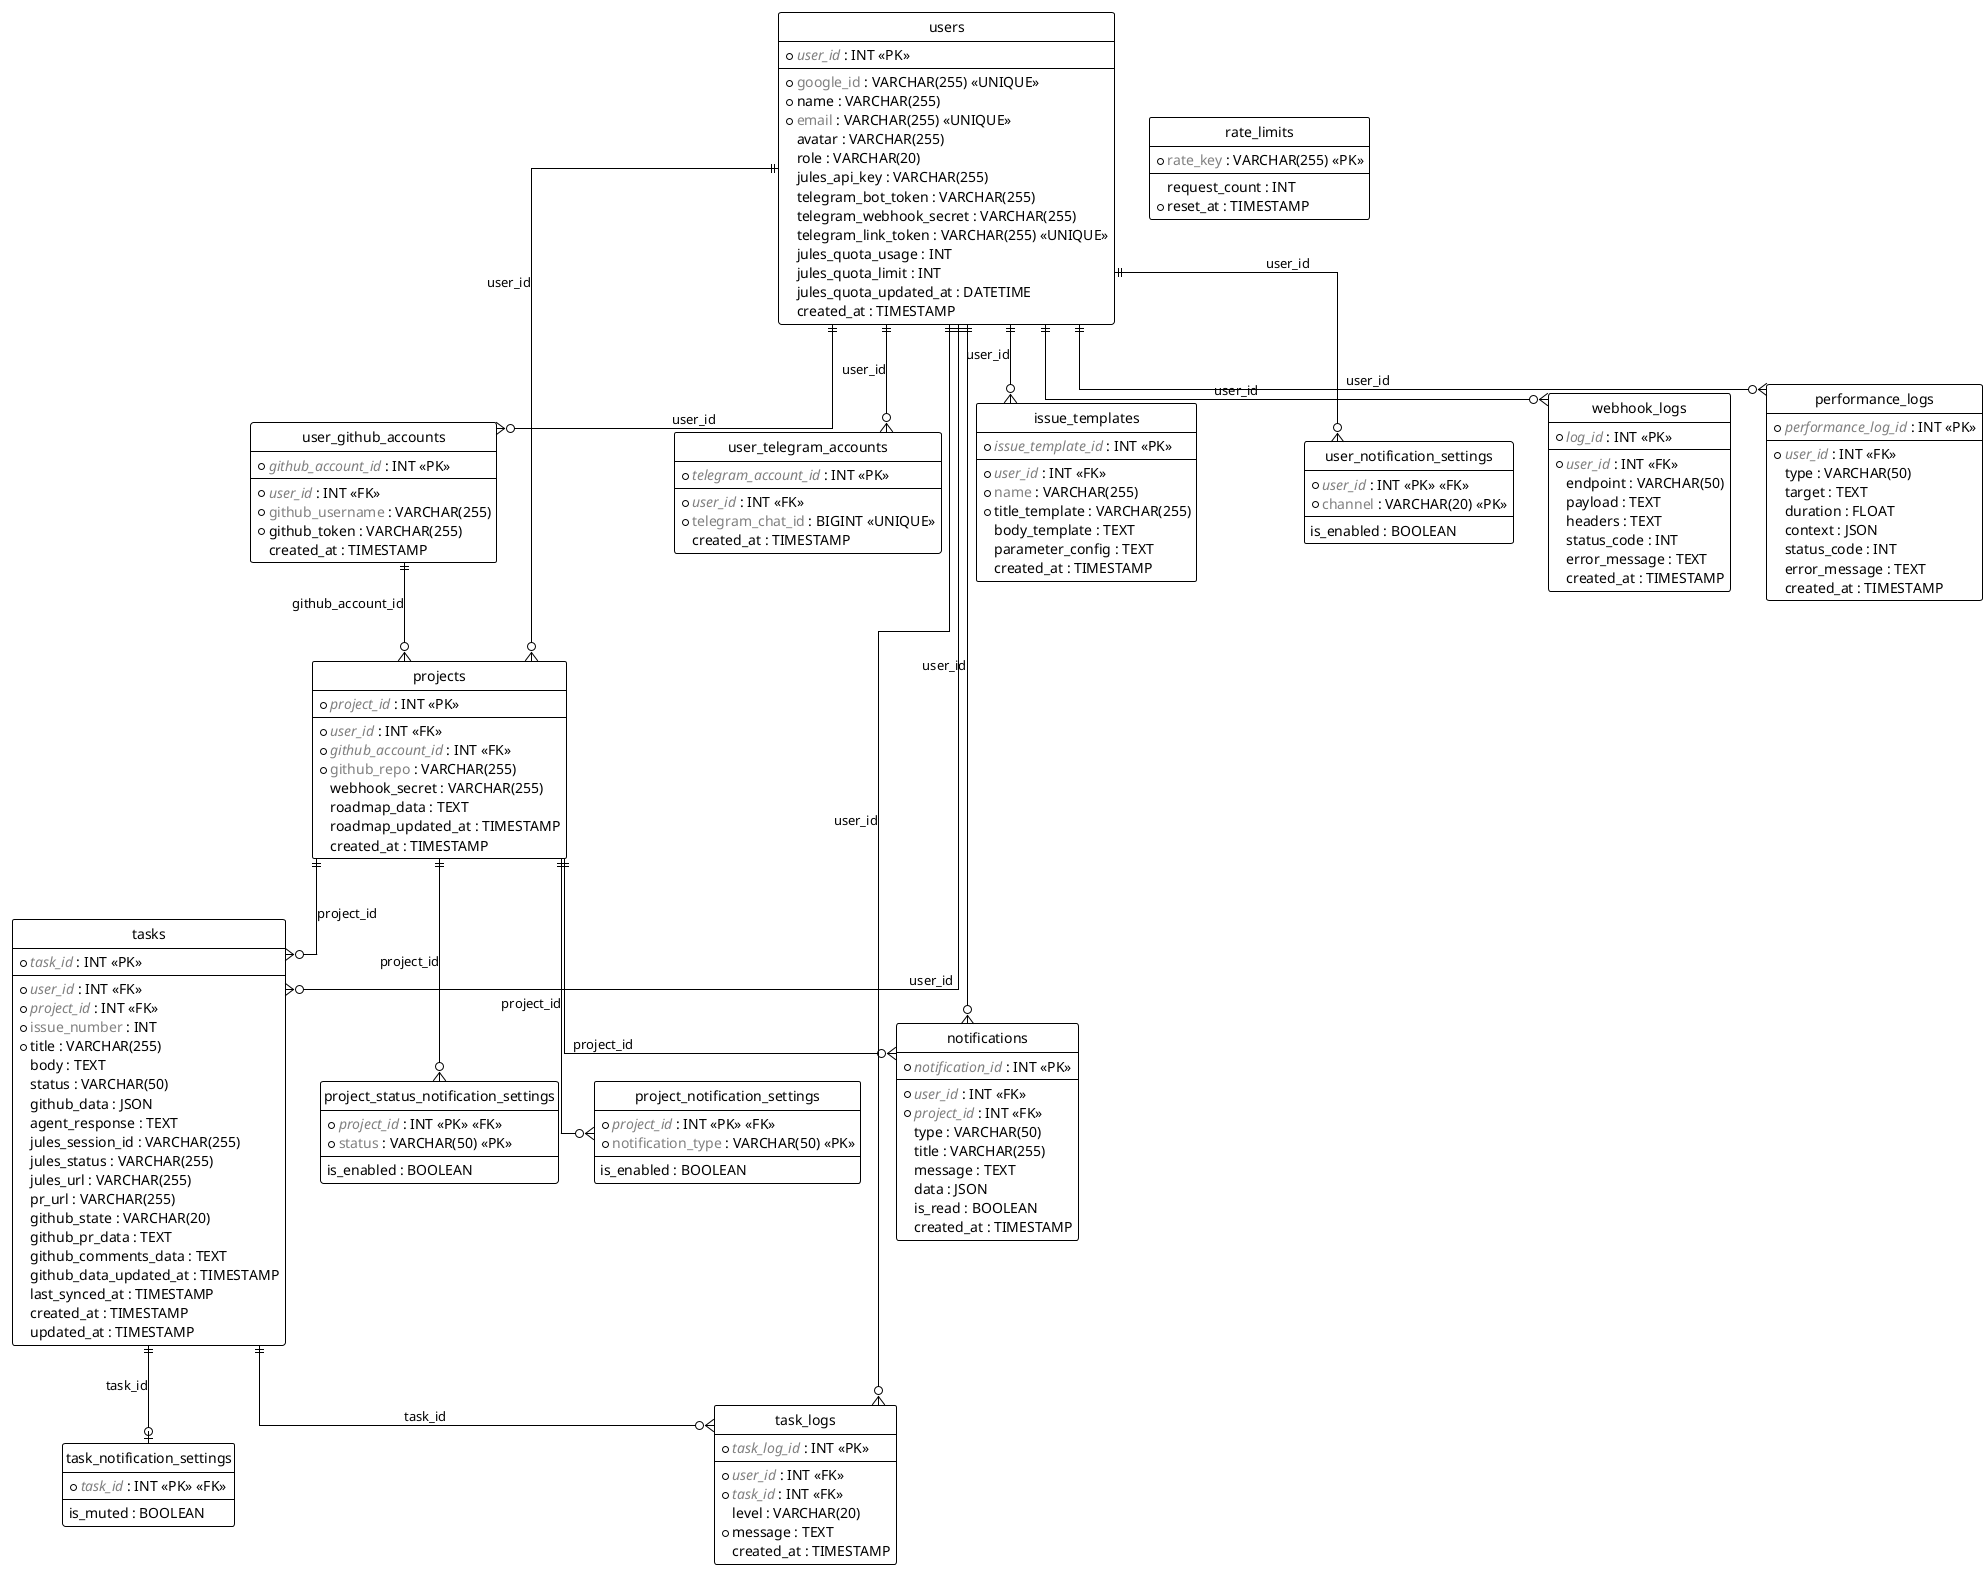
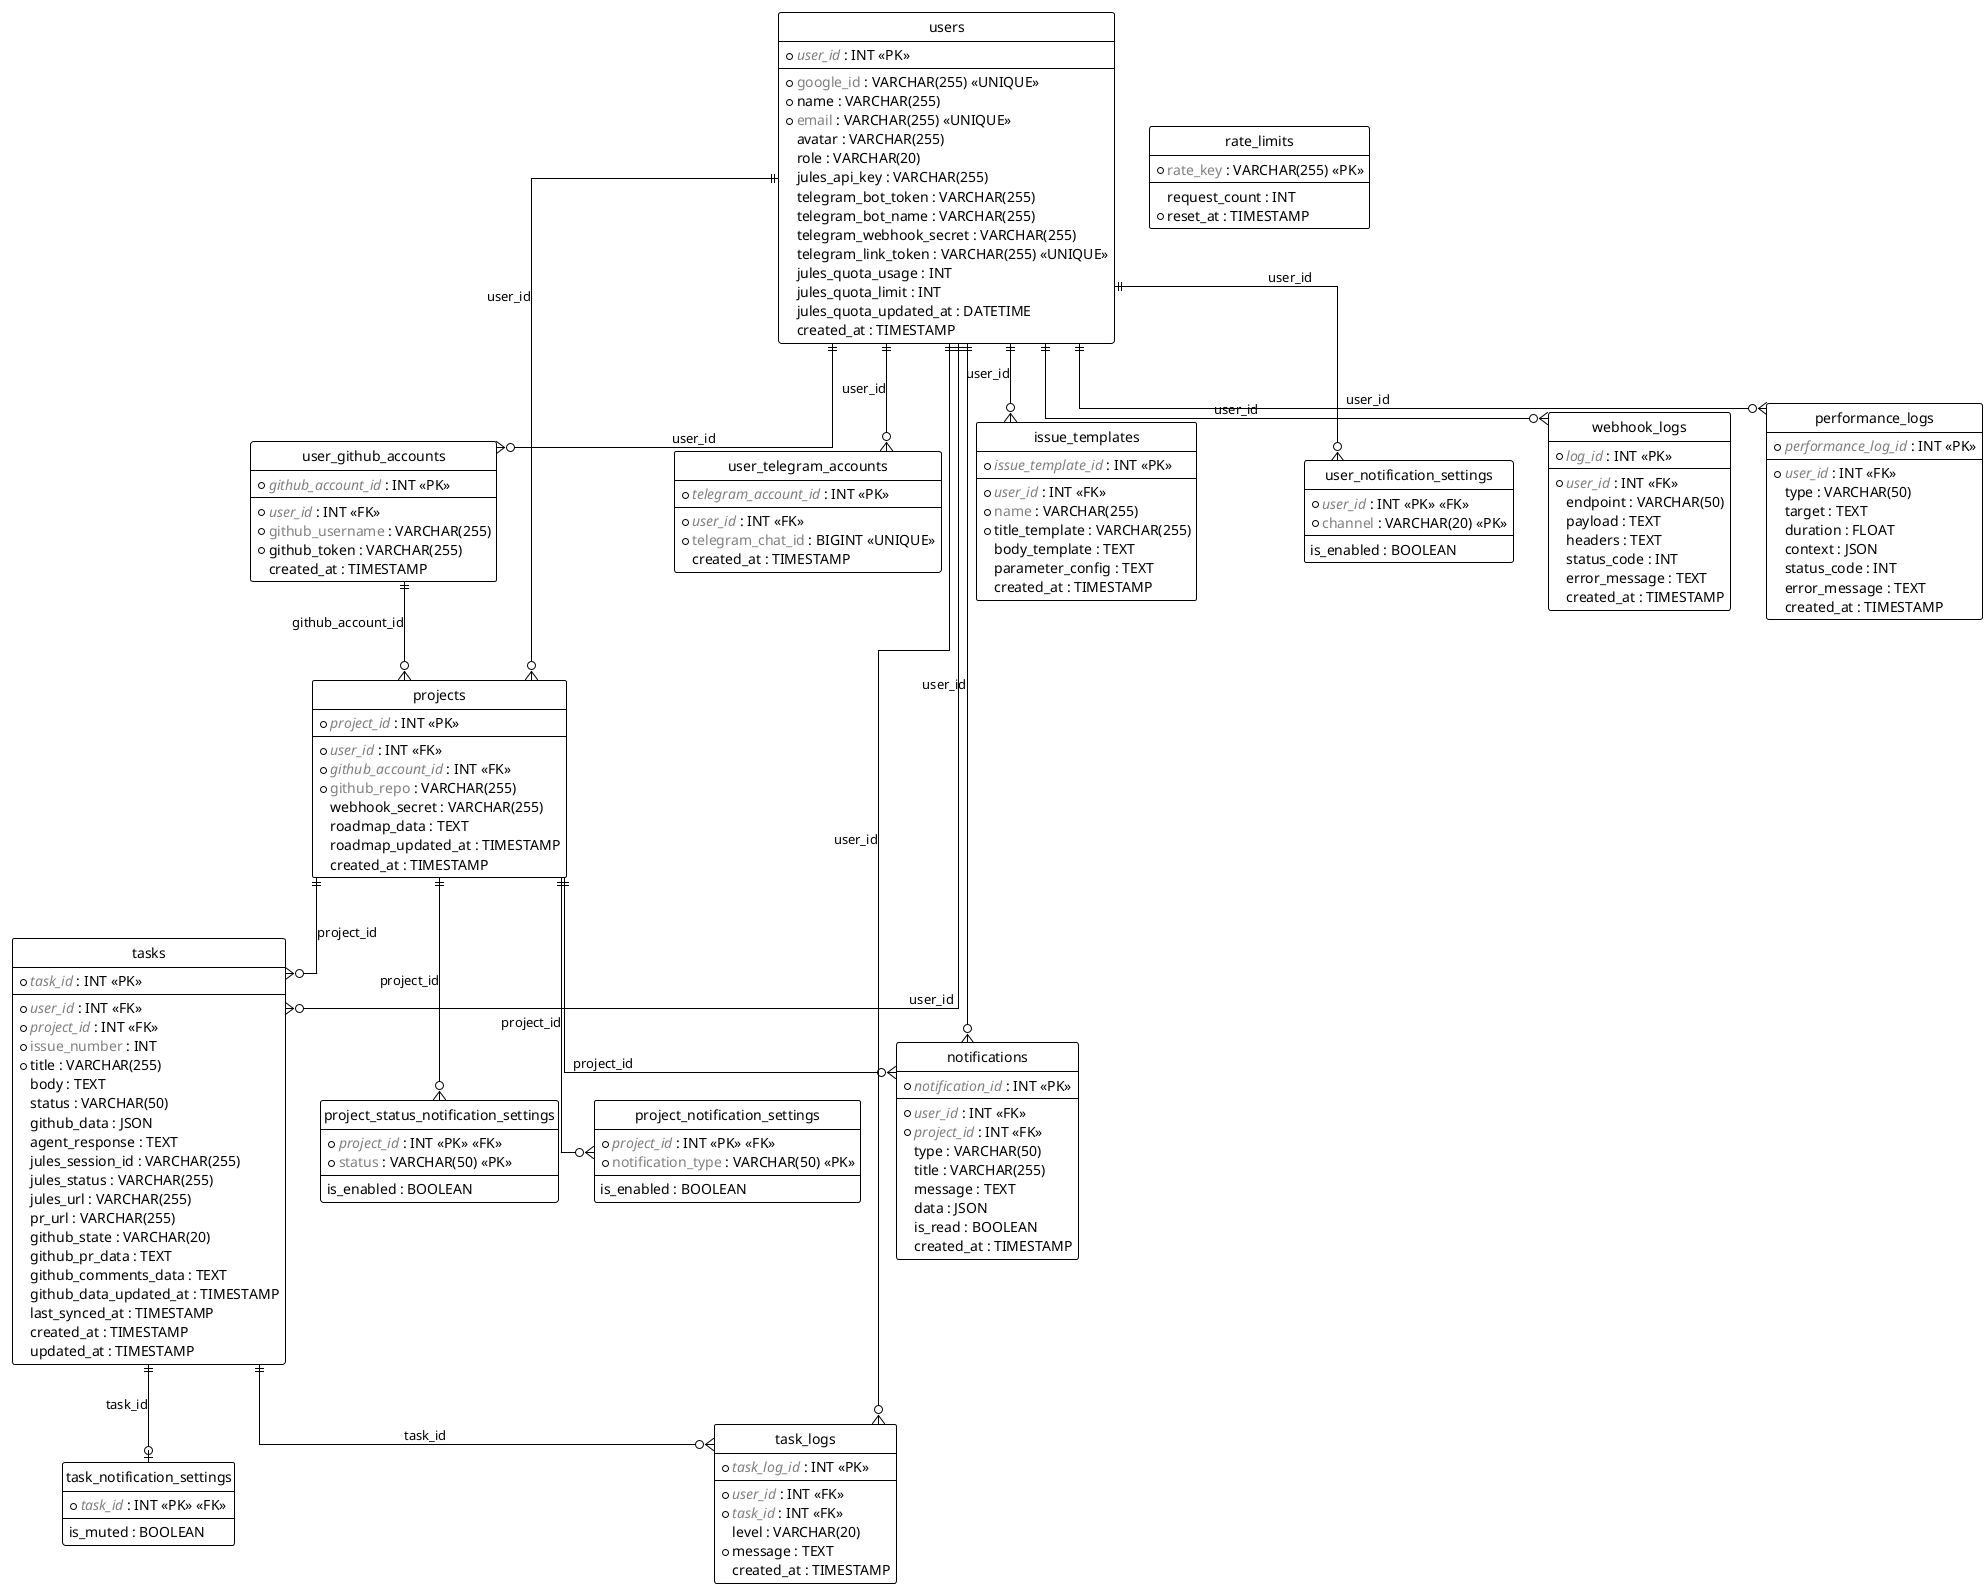
@startuml
!theme plain
hide circle
skinparam linetype ortho

entity "users" {
  * <color:grey><i>user_id</i></color> : INT <<PK>>
  --
  * <color:grey>google_id</color> : VARCHAR(255) <<UNIQUE>>
  * name : VARCHAR(255)
  * <color:grey>email</color> : VARCHAR(255) <<UNIQUE>>
  avatar : VARCHAR(255)
  role : VARCHAR(20)
  jules_api_key : VARCHAR(255)
  telegram_bot_token : VARCHAR(255)
+   telegram_bot_name : VARCHAR(255)
  telegram_webhook_secret : VARCHAR(255)
  telegram_link_token : VARCHAR(255) <<UNIQUE>>
  jules_quota_usage : INT
  jules_quota_limit : INT
  jules_quota_updated_at : DATETIME
  created_at : TIMESTAMP
}

entity "user_github_accounts" {
  * <color:grey><i>github_account_id</i></color> : INT <<PK>>
  --
  * <color:grey><i>user_id</i></color> : INT <<FK>>
  * <color:grey>github_username</color> : VARCHAR(255)
  * github_token : VARCHAR(255)
  created_at : TIMESTAMP
}

entity "projects" {
  * <color:grey><i>project_id</i></color> : INT <<PK>>
  --
  * <color:grey><i>user_id</i></color> : INT <<FK>>
  * <color:grey><i>github_account_id</i></color> : INT <<FK>>
  * <color:grey>github_repo</color> : VARCHAR(255)
  webhook_secret : VARCHAR(255)
  roadmap_data : TEXT
  roadmap_updated_at : TIMESTAMP
  created_at : TIMESTAMP
}

entity "tasks" {
  * <color:grey><i>task_id</i></color> : INT <<PK>>
  --
  * <color:grey><i>user_id</i></color> : INT <<FK>>
  * <color:grey><i>project_id</i></color> : INT <<FK>>
  * <color:grey>issue_number</color> : INT
  * title : VARCHAR(255)
  body : TEXT
  status : VARCHAR(50)
  github_data : JSON
  agent_response : TEXT
  jules_session_id : VARCHAR(255)
  jules_status : VARCHAR(255)
  jules_url : VARCHAR(255)
  pr_url : VARCHAR(255)
  github_state : VARCHAR(20)
  github_pr_data : TEXT
  github_comments_data : TEXT
  github_data_updated_at : TIMESTAMP
  last_synced_at : TIMESTAMP
  created_at : TIMESTAMP
  updated_at : TIMESTAMP
}

entity "task_logs" {
  * <color:grey><i>task_log_id</i></color> : INT <<PK>>
  --
  * <color:grey><i>user_id</i></color> : INT <<FK>>
  * <color:grey><i>task_id</i></color> : INT <<FK>>
  level : VARCHAR(20)
  * message : TEXT
  created_at : TIMESTAMP
}

entity "rate_limits" {
  * <color:grey>rate_key</color> : VARCHAR(255) <<PK>>
  --
  request_count : INT
  * reset_at : TIMESTAMP
}

entity "user_telegram_accounts" {
  * <color:grey><i>telegram_account_id</i></color> : INT <<PK>>
  --
  * <color:grey><i>user_id</i></color> : INT <<FK>>
  * <color:grey>telegram_chat_id</color> : BIGINT <<UNIQUE>>
  created_at : TIMESTAMP
}

entity "issue_templates" {
  * <color:grey><i>issue_template_id</i></color> : INT <<PK>>
  --
  * <color:grey><i>user_id</i></color> : INT <<FK>>
  * <color:grey>name</color> : VARCHAR(255)
  * title_template : VARCHAR(255)
  body_template : TEXT
  parameter_config : TEXT
  created_at : TIMESTAMP
}

entity "notifications" {
  * <color:grey><i>notification_id</i></color> : INT <<PK>>
  --
  * <color:grey><i>user_id</i></color> : INT <<FK>>
  * <color:grey><i>project_id</i></color> : INT <<FK>>
  type : VARCHAR(50)
  title : VARCHAR(255)
  message : TEXT
  data : JSON
  is_read : BOOLEAN
  created_at : TIMESTAMP
}

entity "user_notification_settings" {
  * <color:grey><i>user_id</i></color> : INT <<PK>> <<FK>>
  * <color:grey>channel</color> : VARCHAR(20) <<PK>>
  --
  is_enabled : BOOLEAN
}

entity "project_notification_settings" {
  * <color:grey><i>project_id</i></color> : INT <<PK>> <<FK>>
  * <color:grey>notification_type</color> : VARCHAR(50) <<PK>>
  --
  is_enabled : BOOLEAN
}

entity "task_notification_settings" {
  * <color:grey><i>task_id</i></color> : INT <<PK>> <<FK>>
  --
  is_muted : BOOLEAN
}

entity "project_status_notification_settings" {
  * <color:grey><i>project_id</i></color> : INT <<PK>> <<FK>>
  * <color:grey>status</color> : VARCHAR(50) <<PK>>
  --
  is_enabled : BOOLEAN
}

entity "webhook_logs" {
  * <color:grey><i>log_id</i></color> : INT <<PK>>
  --
  * <color:grey><i>user_id</i></color> : INT <<FK>>
  endpoint : VARCHAR(50)
  payload : TEXT
  headers : TEXT
  status_code : INT
  error_message : TEXT
  created_at : TIMESTAMP
}

entity "performance_logs" {
  * <color:grey><i>performance_log_id</i></color> : INT <<PK>>
  --
  * <color:grey><i>user_id</i></color> : INT <<FK>>
  type : VARCHAR(50)
  target : TEXT
  duration : FLOAT
  context : JSON
  status_code : INT
  error_message : TEXT
  created_at : TIMESTAMP
}

users ||--o{ user_github_accounts : "user_id"
users ||--o{ projects : "user_id"
users ||--o{ tasks : "user_id"
users ||--o{ task_logs : "user_id"
users ||--o{ user_telegram_accounts : "user_id"
users ||--o{ issue_templates : "user_id"
users ||--o{ notifications : "user_id"
users ||--o{ user_notification_settings : "user_id"
users ||--o{ webhook_logs : "user_id"
users ||--o{ performance_logs : "user_id"
user_github_accounts ||--o{ projects : "github_account_id"
projects ||--o{ tasks : "project_id"
projects ||--o{ notifications : "project_id"
projects ||--o{ project_notification_settings : "project_id"
projects ||--o{ project_status_notification_settings : "project_id"
tasks ||--o{ task_logs : "task_id"
tasks ||--o| task_notification_settings : "task_id"

@enduml
